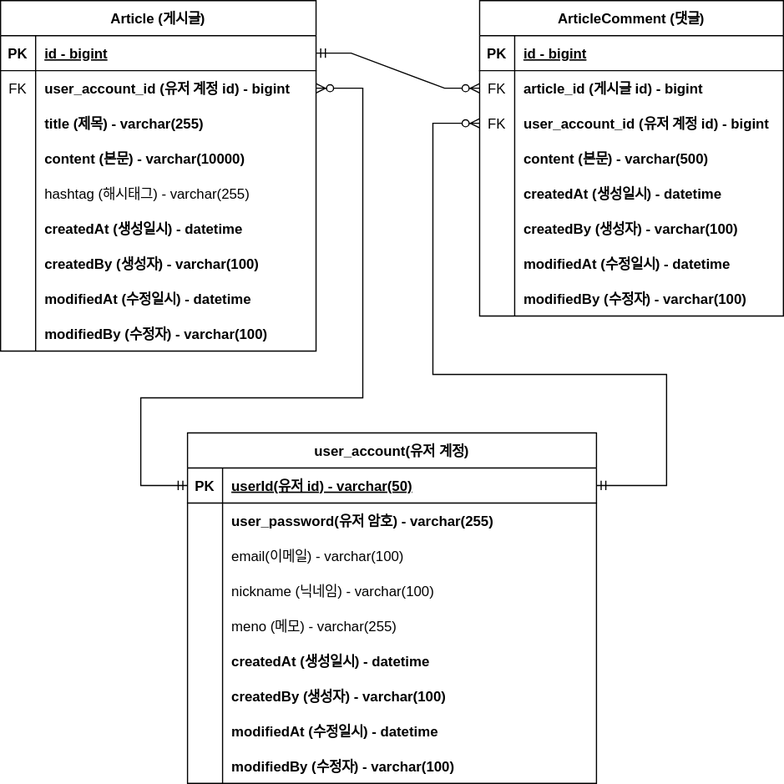
Earlier version of the draw.io export document/project-board-erd.svg (dongeranguk/fastcampus-project-board). Source tidied: cells renumbered, new cells last; positions are measured from the earlier drawing's top-left corner, leaving out a move shared by most shapes.
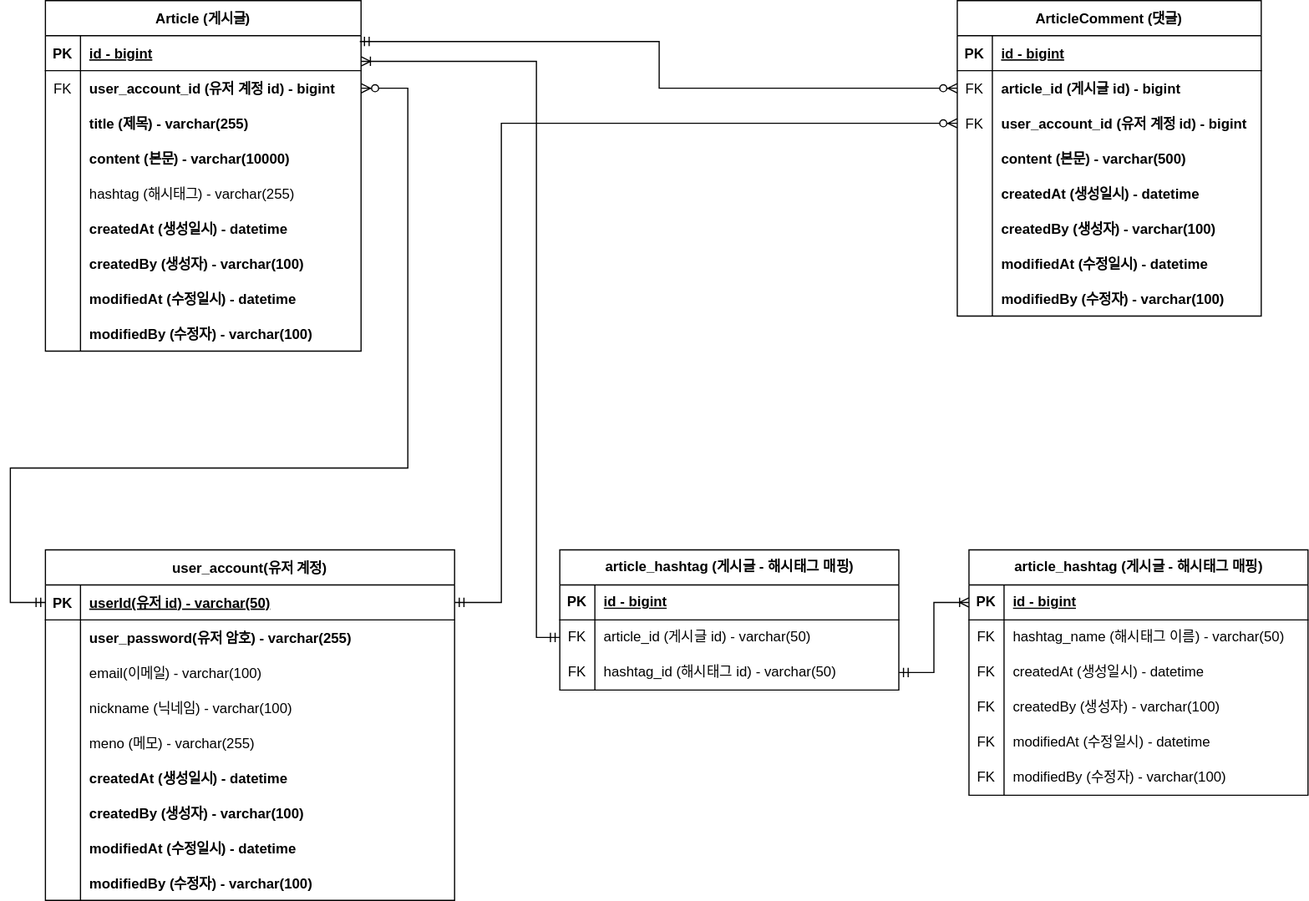
After the commit.

Commit message:
#50 - project-board-erd.svg 업데이트 : 대댓글, 해시태그

Change to the diagram source:
```diff
@@ -87,7 +87,7 @@
       <mxGeometry x="30" width="240" height="30" as="geometry" />
     </mxCell>
     <mxCell id="30" value="ArticleComment (댓글)" style="shape=table;startSize=30;rowLines=0;fontStyle=1;align=center;" parent="1" vertex="1">
-      <mxGeometry x="410" width="260" height="270" as="geometry" />
+      <mxGeometry x="780" width="260" height="270" as="geometry" />
     </mxCell>
     <mxCell id="31" style="shape=tableRow;horizontal=0;startSize=0;swimlaneHead=0;swimlaneBody=0;fillColor=none;top=0;left=0;right=0;bottom=1;" parent="30" vertex="1">
       <mxGeometry y="30" width="260" height="30" as="geometry" />
@@ -161,11 +161,16 @@
     <mxCell id="54" value="modifiedBy (수정자) - varchar(100)" style="shape=partialRectangle;fillColor=none;top=0;left=0;bottom=0;right=0;align=left;spacingLeft=6;overflow=hidden;fontStyle=1;" parent="52" vertex="1">
       <mxGeometry x="30" width="230" height="30" as="geometry" />
     </mxCell>
-    <mxCell id="55" style="edgeStyle=entityRelationEdgeStyle;fontSize=12;html=1;endArrow=ERzeroToMany;startArrow=ERmandOne;rounded=0;exitX=1;exitY=0.5;exitDx=0;exitDy=0;entryX=0;entryY=0.5;entryDx=0;entryDy=0;" parent="1" edge="1" source="3" target="34">
-      <mxGeometry relative="1" as="geometry" />
+    <mxCell id="55" style="edgeStyle=orthogonalEdgeStyle;fontSize=12;html=1;endArrow=ERzeroToMany;startArrow=ERmandOne;rounded=0;entryX=0;entryY=0.5;entryDx=0;entryDy=0;exitX=0.996;exitY=0.167;exitDx=0;exitDy=0;exitPerimeter=0;" parent="1" edge="1" source="3" target="34">
+      <mxGeometry relative="1" as="geometry">
+        <Array as="points">
+          <mxPoint x="525" y="35" />
+          <mxPoint x="525" y="75" />
+        </Array>
+      </mxGeometry>
     </mxCell>
     <mxCell id="56" value="user_account(유저 계정)" style="shape=table;startSize=30;rowLines=0;fontStyle=1;align=center;" parent="1" vertex="1">
-      <mxGeometry x="160" y="370" width="350" height="300" as="geometry" />
+      <mxGeometry y="470" width="350" height="300" as="geometry" />
     </mxCell>
     <mxCell id="57" style="shape=tableRow;horizontal=0;startSize=0;swimlaneHead=0;swimlaneBody=0;fillColor=none;points=[[0,0.5],[1,0.5]];portConstraint=eastwest;top=0;left=0;right=0;bottom=1;" parent="56" vertex="1">
       <mxGeometry y="30" width="350" height="30" as="geometry" />
@@ -251,22 +256,123 @@
     <mxCell id="84" style="edgeStyle=orthogonalEdgeStyle;fontSize=12;html=1;endArrow=ERzeroToMany;startArrow=ERmandOne;rounded=0;exitX=1;exitY=0.5;exitDx=0;exitDy=0;" parent="1" edge="1" source="57" target="37">
       <mxGeometry relative="1" as="geometry">
         <Array as="points">
-          <mxPoint x="570" y="415" />
-          <mxPoint x="570" y="320" />
-          <mxPoint x="370" y="320" />
-          <mxPoint x="370" y="105" />
+          <mxPoint x="390" y="515" />
+          <mxPoint x="390" y="105" />
         </Array>
       </mxGeometry>
     </mxCell>
     <mxCell id="85" style="edgeStyle=orthogonalEdgeStyle;fontSize=12;html=1;endArrow=ERzeroToMany;startArrow=ERmandOne;rounded=0;exitX=0;exitY=0.5;exitDx=0;exitDy=0;entryX=1;entryY=0.5;entryDx=0;entryDy=0;" parent="1" edge="1" source="57" target="6">
       <mxGeometry relative="1" as="geometry">
         <Array as="points">
-          <mxPoint x="120" y="415" />
-          <mxPoint x="120" y="340" />
-          <mxPoint x="310" y="340" />
+          <mxPoint x="-30" y="515" />
+          <mxPoint x="-30" y="400" />
+          <mxPoint x="310" y="400" />
           <mxPoint x="310" y="75" />
         </Array>
       </mxGeometry>
     </mxCell>
+    <mxCell id="86" value="article_hashtag (게시글 - 해시태그 매핑)" style="shape=table;startSize=30;rowLines=0;fontStyle=1;align=center;html=1;" parent="1" vertex="1">
+      <mxGeometry x="440" y="470" width="290" height="120" as="geometry" />
+    </mxCell>
+    <mxCell id="87" style="shape=tableRow;horizontal=0;startSize=0;swimlaneHead=0;swimlaneBody=0;fillColor=none;top=0;left=0;right=0;bottom=1;" parent="86" vertex="1">
+      <mxGeometry y="30" width="290" height="30" as="geometry" />
+    </mxCell>
+    <mxCell id="88" value="PK" style="shape=partialRectangle;fillColor=none;top=0;left=0;bottom=0;right=0;fontStyle=1;overflow=hidden;whiteSpace=wrap;html=1;" parent="87" vertex="1">
+      <mxGeometry width="30" height="30" as="geometry" />
+    </mxCell>
+    <mxCell id="89" value="id - bigint" style="shape=partialRectangle;fillColor=none;top=0;left=0;bottom=0;right=0;align=left;spacingLeft=6;fontStyle=5;overflow=hidden;whiteSpace=wrap;html=1;" parent="87" vertex="1">
+      <mxGeometry x="30" width="260" height="30" as="geometry" />
+    </mxCell>
+    <mxCell id="90" style="shape=tableRow;horizontal=0;startSize=0;swimlaneHead=0;swimlaneBody=0;fillColor=none;points=[[0,0.5],[1,0.5]];portConstraint=eastwest;top=0;left=0;right=0;bottom=0;" parent="86" vertex="1">
+      <mxGeometry y="60" width="290" height="30" as="geometry" />
+    </mxCell>
+    <mxCell id="91" value="FK" style="shape=partialRectangle;fillColor=none;top=0;left=0;bottom=0;right=0;overflow=hidden;whiteSpace=wrap;html=1;" parent="90" vertex="1">
+      <mxGeometry width="30" height="30" as="geometry" />
+    </mxCell>
+    <mxCell id="92" value="article_id (게시글 id) - varchar(50)" style="shape=partialRectangle;fillColor=none;top=0;left=0;bottom=0;right=0;align=left;spacingLeft=6;overflow=hidden;whiteSpace=wrap;html=1;" parent="90" vertex="1">
+      <mxGeometry x="30" width="260" height="30" as="geometry" />
+    </mxCell>
+    <mxCell id="93" style="shape=tableRow;horizontal=0;startSize=0;swimlaneHead=0;swimlaneBody=0;fillColor=none;points=[[0,0.5],[1,0.5]];portConstraint=eastwest;top=0;left=0;right=0;bottom=0;" parent="86" vertex="1">
+      <mxGeometry y="90" width="290" height="30" as="geometry" />
+    </mxCell>
+    <mxCell id="94" value="FK" style="shape=partialRectangle;fillColor=none;top=0;left=0;bottom=0;right=0;overflow=hidden;whiteSpace=wrap;html=1;" parent="93" vertex="1">
+      <mxGeometry width="30" height="30" as="geometry" />
+    </mxCell>
+    <mxCell id="95" value="hashtag_id (해시태그 id) - varchar(50)" style="shape=partialRectangle;fillColor=none;top=0;left=0;bottom=0;right=0;align=left;spacingLeft=6;overflow=hidden;whiteSpace=wrap;html=1;" parent="93" vertex="1">
+      <mxGeometry x="30" width="260" height="30" as="geometry" />
+    </mxCell>
+    <mxCell id="96" style="edgeStyle=orthogonalEdgeStyle;fontSize=12;html=1;endArrow=ERoneToMany;startArrow=ERmandOne;rounded=0;entryX=1;entryY=0.733;entryDx=0;entryDy=0;entryPerimeter=0;exitX=0;exitY=0.5;exitDx=0;exitDy=0;" parent="1" edge="1" source="90" target="3">
+      <mxGeometry relative="1" as="geometry">
+        <Array as="points">
+          <mxPoint x="420" y="545" />
+          <mxPoint x="420" y="52" />
+        </Array>
+      </mxGeometry>
+    </mxCell>
+    <mxCell id="97" style="edgeStyle=orthogonalEdgeStyle;fontSize=12;html=1;endArrow=ERoneToMany;startArrow=ERmandOne;rounded=0;exitX=1;exitY=0.5;exitDx=0;exitDy=0;entryX=0;entryY=0.5;entryDx=0;entryDy=0;" parent="1" edge="1" source="93" target="99">
+      <mxGeometry relative="1" as="geometry">
+        <Array as="points">
+          <mxPoint x="760" y="575" />
+          <mxPoint x="760" y="515" />
+        </Array>
+      </mxGeometry>
+    </mxCell>
+    <mxCell id="98" value="article_hashtag (게시글 - 해시태그 매핑)" style="shape=table;startSize=30;rowLines=0;fontStyle=1;align=center;html=1;" parent="1" vertex="1">
+      <mxGeometry x="790" y="470" width="290" height="210" as="geometry" />
+    </mxCell>
+    <mxCell id="99" style="shape=tableRow;horizontal=0;startSize=0;swimlaneHead=0;swimlaneBody=0;fillColor=none;points=[[0,0.5],[1,0.5]];portConstraint=eastwest;top=0;left=0;right=0;bottom=1;" parent="98" vertex="1">
+      <mxGeometry y="30" width="290" height="30" as="geometry" />
+    </mxCell>
+    <mxCell id="100" value="PK" style="shape=partialRectangle;fillColor=none;top=0;left=0;bottom=0;right=0;fontStyle=1;overflow=hidden;whiteSpace=wrap;html=1;" parent="99" vertex="1">
+      <mxGeometry width="30" height="30" as="geometry" />
+    </mxCell>
+    <mxCell id="101" value="id - bigint" style="shape=partialRectangle;fillColor=none;top=0;left=0;bottom=0;right=0;align=left;spacingLeft=6;fontStyle=5;overflow=hidden;whiteSpace=wrap;html=1;" parent="99" vertex="1">
+      <mxGeometry x="30" width="260" height="30" as="geometry" />
+    </mxCell>
+    <mxCell id="102" style="shape=tableRow;horizontal=0;startSize=0;swimlaneHead=0;swimlaneBody=0;fillColor=none;top=0;left=0;right=0;bottom=0;" parent="98" vertex="1">
+      <mxGeometry y="60" width="290" height="30" as="geometry" />
+    </mxCell>
+    <mxCell id="103" value="FK" style="shape=partialRectangle;fillColor=none;top=0;left=0;bottom=0;right=0;overflow=hidden;whiteSpace=wrap;html=1;" parent="102" vertex="1">
+      <mxGeometry width="30" height="30" as="geometry" />
+    </mxCell>
+    <mxCell id="104" value="hashtag_name (해시태그 이름) - varchar(50)" style="shape=partialRectangle;fillColor=none;top=0;left=0;bottom=0;right=0;align=left;spacingLeft=6;overflow=hidden;whiteSpace=wrap;html=1;" parent="102" vertex="1">
+      <mxGeometry x="30" width="260" height="30" as="geometry" />
+    </mxCell>
+    <mxCell id="105" style="shape=tableRow;horizontal=0;startSize=0;swimlaneHead=0;swimlaneBody=0;fillColor=none;top=0;left=0;right=0;bottom=0;" parent="98" vertex="1">
+      <mxGeometry y="90" width="290" height="30" as="geometry" />
+    </mxCell>
+    <mxCell id="106" value="FK" style="shape=partialRectangle;fillColor=none;top=0;left=0;bottom=0;right=0;overflow=hidden;whiteSpace=wrap;html=1;" parent="105" vertex="1">
+      <mxGeometry width="30" height="30" as="geometry" />
+    </mxCell>
+    <mxCell id="107" value="createdAt (생성일시) - datetime" style="shape=partialRectangle;fillColor=none;top=0;left=0;bottom=0;right=0;align=left;spacingLeft=6;overflow=hidden;whiteSpace=wrap;html=1;" parent="105" vertex="1">
+      <mxGeometry x="30" width="260" height="30" as="geometry" />
+    </mxCell>
+    <mxCell id="108" style="shape=tableRow;horizontal=0;startSize=0;swimlaneHead=0;swimlaneBody=0;fillColor=none;top=0;left=0;right=0;bottom=0;" parent="98" vertex="1">
+      <mxGeometry y="120" width="290" height="30" as="geometry" />
+    </mxCell>
+    <mxCell id="109" value="FK" style="shape=partialRectangle;fillColor=none;top=0;left=0;bottom=0;right=0;overflow=hidden;whiteSpace=wrap;html=1;" parent="108" vertex="1">
+      <mxGeometry width="30" height="30" as="geometry" />
+    </mxCell>
+    <mxCell id="110" value="createdBy (생성자) - varchar(100)" style="shape=partialRectangle;fillColor=none;top=0;left=0;bottom=0;right=0;align=left;spacingLeft=6;overflow=hidden;whiteSpace=wrap;html=1;" parent="108" vertex="1">
+      <mxGeometry x="30" width="260" height="30" as="geometry" />
+    </mxCell>
+    <mxCell id="111" style="shape=tableRow;horizontal=0;startSize=0;swimlaneHead=0;swimlaneBody=0;fillColor=none;top=0;left=0;right=0;bottom=0;" parent="98" vertex="1">
+      <mxGeometry y="150" width="290" height="30" as="geometry" />
+    </mxCell>
+    <mxCell id="112" value="FK" style="shape=partialRectangle;fillColor=none;top=0;left=0;bottom=0;right=0;overflow=hidden;whiteSpace=wrap;html=1;" parent="111" vertex="1">
+      <mxGeometry width="30" height="30" as="geometry" />
+    </mxCell>
+    <mxCell id="113" value="modifiedAt (수정일시) - datetime" style="shape=partialRectangle;fillColor=none;top=0;left=0;bottom=0;right=0;align=left;spacingLeft=6;overflow=hidden;whiteSpace=wrap;html=1;" parent="111" vertex="1">
+      <mxGeometry x="30" width="260" height="30" as="geometry" />
+    </mxCell>
+    <mxCell id="114" style="shape=tableRow;horizontal=0;startSize=0;swimlaneHead=0;swimlaneBody=0;fillColor=none;top=0;left=0;right=0;bottom=0;" parent="98" vertex="1">
+      <mxGeometry y="180" width="290" height="30" as="geometry" />
+    </mxCell>
+    <mxCell id="115" value="FK" style="shape=partialRectangle;fillColor=none;top=0;left=0;bottom=0;right=0;overflow=hidden;whiteSpace=wrap;html=1;" parent="114" vertex="1">
+      <mxGeometry width="30" height="30" as="geometry" />
+    </mxCell>
+    <mxCell id="116" value="modifiedBy (수정자) - varchar(100)" style="shape=partialRectangle;fillColor=none;top=0;left=0;bottom=0;right=0;align=left;spacingLeft=6;overflow=hidden;whiteSpace=wrap;html=1;" parent="114" vertex="1">
+      <mxGeometry x="30" width="260" height="30" as="geometry" />
+    </mxCell>
   </root>
 </mxGraphModel>
```
